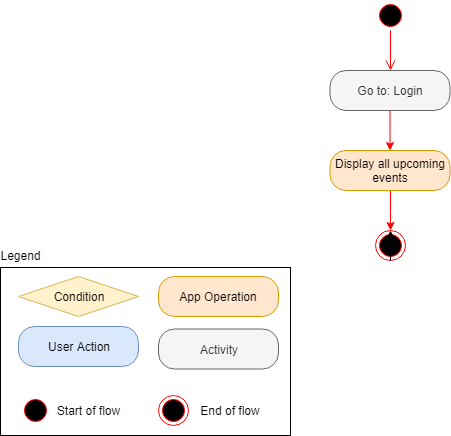
This is Documentation/Diagrams/Activity Diagram/Screenshots/Event Tracker - Activity Diagram - View Upcoming Events.png from Evdes/EventTracker, a draw.io export, as it was before one commit. Source tidied: cells renumbered, new cells last; positions are measured from the earlier drawing's top-left corner, leaving out a move shared by most shapes.
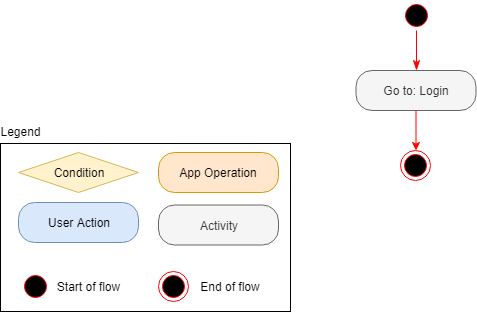
Above is the later version.

The edit, as a diff of the source:
```diff
@@ -3,25 +3,21 @@
     <mxCell id="0" />
     <mxCell id="1" parent="0" />
     <mxCell id="2" value="Go to: Login" style="rounded=1;whiteSpace=wrap;html=1;arcSize=40;fontColor=#333333;fillColor=#f5f5f5;strokeColor=#666666;" parent="1" vertex="1">
-      <mxGeometry x="329.5" y="70" width="120" height="40" as="geometry" />
+      <mxGeometry x="355.5" y="194" width="120" height="40" as="geometry" />
     </mxCell>
-    <mxCell id="3" style="edgeStyle=orthogonalEdgeStyle;rounded=0;jettySize=auto;html=1;entryX=0.5;entryY=0;entryDx=0;entryDy=0;strokeColor=#FF0000;" parent="1" edge="1" source="4" target="8">
-      <mxGeometry relative="1" as="geometry" />
-    </mxCell>
-    <mxCell id="4" value="Display all upcoming events" style="rounded=1;whiteSpace=wrap;html=1;arcSize=40;fillColor=#ffe6cc;strokeColor=#d79b00;" parent="1" vertex="1">
-      <mxGeometry x="329.5" y="150" width="120" height="40" as="geometry" />
-    </mxCell>
-    <mxCell id="5" style="edgeStyle=orthogonalEdgeStyle;rounded=0;jettySize=auto;html=1;strokeColor=#FF0000;" parent="1" edge="1" source="2" target="4">
-      <mxGeometry relative="1" as="geometry" />
+    <mxCell id="5" style="edgeStyle=orthogonalEdgeStyle;rounded=0;jettySize=auto;html=1;strokeColor=#FF0000;" parent="1" edge="1" source="2">
+      <mxGeometry relative="1" as="geometry">
+        <mxPoint x="415.5" y="274" as="targetPoint" />
+      </mxGeometry>
     </mxCell>
     <mxCell id="6" style="ellipse;html=1;shape=startState;fillColor=#000000;strokeColor=#ff0000;" parent="1" vertex="1">
-      <mxGeometry x="375" width="30" height="30" as="geometry" />
+      <mxGeometry x="401" y="124" width="30" height="30" as="geometry" />
     </mxCell>
-    <mxCell id="7" style="edgeStyle=orthogonalEdgeStyle;html=1;verticalAlign=bottom;endArrow=open;endSize=8;strokeColor=#ff0000;entryX=0.5;entryY=0;entryDx=0;entryDy=0;" parent="1" edge="1" source="6" target="2">
+    <mxCell id="7" style="edgeStyle=orthogonalEdgeStyle;html=1;verticalAlign=bottom;endArrow=classicThin;endSize=8;strokeColor=#ff0000;entryX=0.5;entryY=0;entryDx=0;entryDy=0;endFill=1;" parent="1" edge="1" source="6" target="2">
       <mxGeometry relative="1" as="geometry" />
     </mxCell>
     <mxCell id="8" style="ellipse;html=1;shape=endState;fillColor=#000000;strokeColor=#ff0000;" parent="1" vertex="1">
-      <mxGeometry x="374.5" y="230" width="30" height="30" as="geometry" />
+      <mxGeometry x="399.5" y="274" width="30" height="30" as="geometry" />
     </mxCell>
     <mxCell id="9" style="rounded=0;whiteSpace=wrap;html=1;fillColor=none;" parent="1" vertex="1">
       <mxGeometry y="267" width="290" height="168" as="geometry" />
@@ -53,8 +49,5 @@
     <mxCell id="18" value="End of flow" style="text;html=1;strokeColor=none;fillColor=none;align=center;verticalAlign=middle;whiteSpace=wrap;rounded=0;" parent="1" vertex="1">
       <mxGeometry x="195" y="400" width="70" height="20" as="geometry" />
     </mxCell>
-    <mxCell id="19" style="edgeStyle=orthogonalEdgeStyle;rounded=0;orthogonalLoop=1;jettySize=auto;html=1;exitX=0.5;exitY=1;exitDx=0;exitDy=0;entryX=0.5;entryY=0;entryDx=0;entryDy=0;" parent="1" edge="1" source="8" target="8">
-      <mxGeometry relative="1" as="geometry" />
-    </mxCell>
   </root>
 </mxGraphModel>
```
